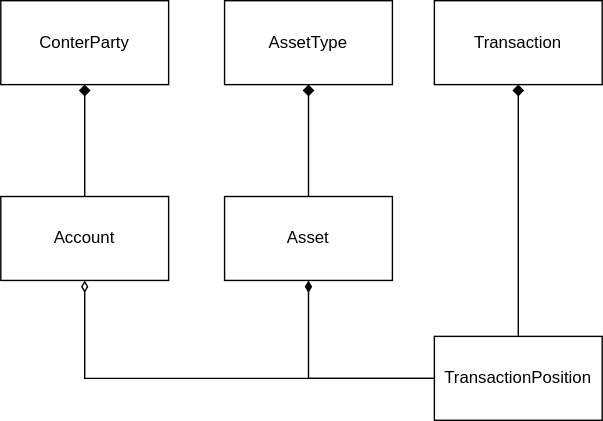
Before: doc/DataModel.drawio.svg, a diagram exported from draw.io (FinanceControl/Transaction.Storage.Srv). Source tidied: cells renumbered, new cells last; positions are measured from the earlier drawing's top-left corner, leaving out a move shared by most shapes.
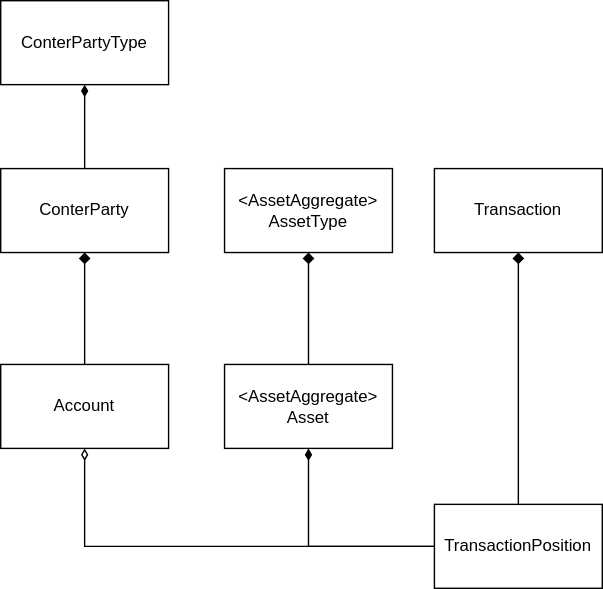
After the change.

What changed in the source:
```diff
@@ -5,10 +5,10 @@
     <mxCell id="2" style="edgeStyle=orthogonalEdgeStyle;html=1;endArrow=diamond;endFill=1;rounded=0;" parent="1" edge="1" source="3" target="4">
       <mxGeometry relative="1" as="geometry" />
     </mxCell>
-    <mxCell id="3" value="Asset" style="rounded=0;whiteSpace=wrap;html=1;" parent="1" vertex="1">
+    <mxCell id="3" value="&amp;lt;AssetAggregate&amp;gt;&lt;br&gt;Asset" style="rounded=0;whiteSpace=wrap;html=1;" parent="1" vertex="1">
       <mxGeometry x="160" y="140" width="120" height="60" as="geometry" />
     </mxCell>
-    <mxCell id="4" value="AssetType" style="rounded=0;whiteSpace=wrap;html=1;" parent="1" vertex="1">
+    <mxCell id="4" value="&amp;lt;AssetAggregate&amp;gt;&lt;br&gt;AssetType" style="rounded=0;whiteSpace=wrap;html=1;" parent="1" vertex="1">
       <mxGeometry x="160" width="120" height="60" as="geometry" />
     </mxCell>
     <mxCell id="5" value="Transaction" style="rounded=0;whiteSpace=wrap;html=1;" parent="1" vertex="1">
@@ -32,8 +32,14 @@
     <mxCell id="11" value="Account" style="rounded=0;whiteSpace=wrap;html=1;" parent="1" vertex="1">
       <mxGeometry y="140" width="120" height="60" as="geometry" />
     </mxCell>
+    <mxCell id="13" style="edgeStyle=none;html=1;exitX=0.5;exitY=0;exitDx=0;exitDy=0;entryX=0.5;entryY=1;entryDx=0;entryDy=0;endArrow=diamondThin;endFill=1;" parent="1" edge="1" source="12" target="14">
+      <mxGeometry relative="1" as="geometry" />
+    </mxCell>
     <mxCell id="12" value="ConterParty" style="rounded=0;whiteSpace=wrap;html=1;" parent="1" vertex="1">
       <mxGeometry width="120" height="60" as="geometry" />
     </mxCell>
+    <mxCell id="14" value="ConterPartyType" style="rounded=0;whiteSpace=wrap;html=1;" parent="1" vertex="1">
+      <mxGeometry y="-120" width="120" height="60" as="geometry" />
+    </mxCell>
   </root>
 </mxGraphModel>
```
